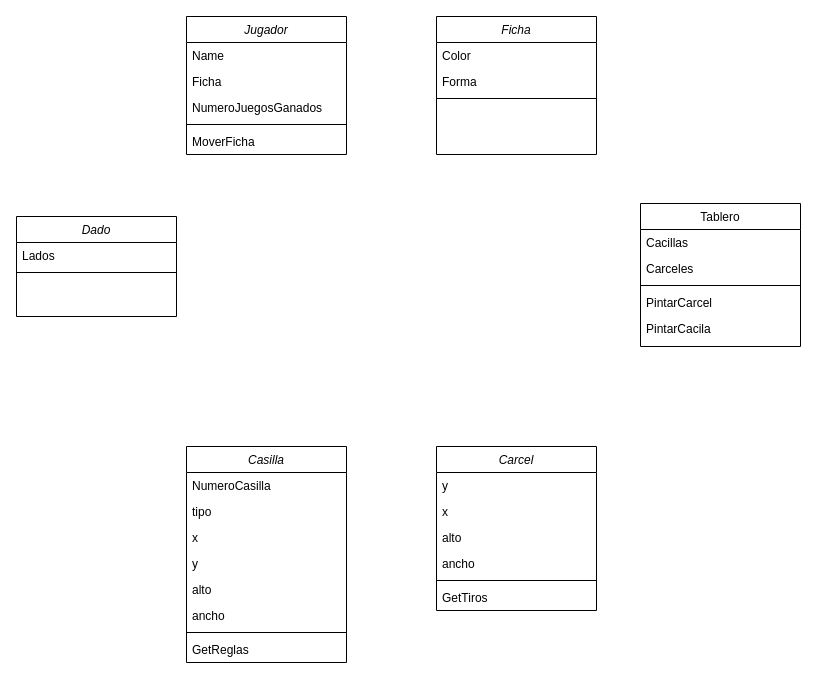
Earlier version of the draw.io diagram ParquesPOO.drawio (user5c/parques). Source tidied: cells renumbered, new cells numbered last; positions are measured from the earlier drawing's top-left corner, leaving out a move shared by most shapes. Both pictures are drawn from the tidied source at 100%, with x=0, y=0 at pixel (16, 16).
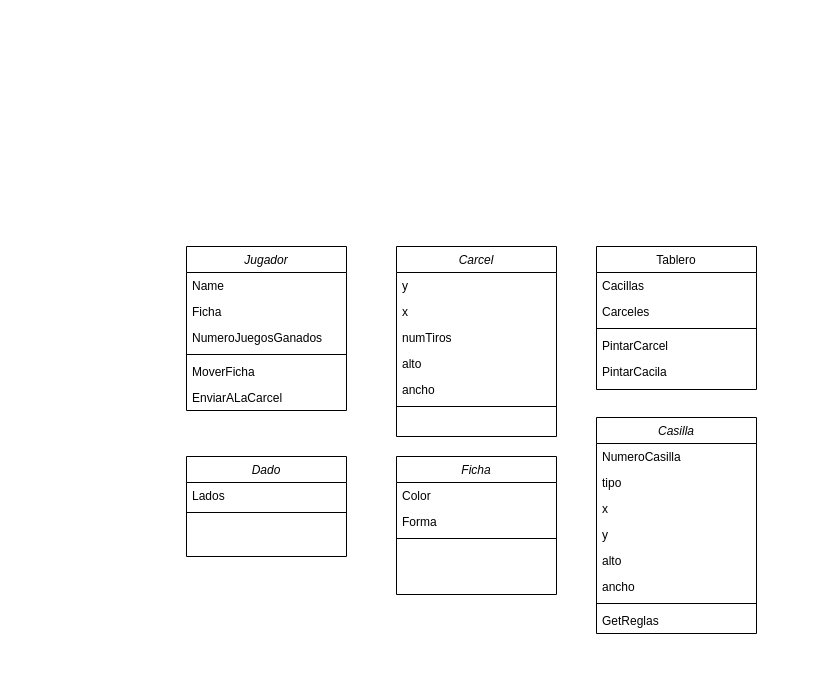
The same page after the edit.

The edit, as a diff of the source:
```diff
@@
     <mxCell id="2" value="Ficha" style="swimlane;fontStyle=2;align=center;verticalAlign=top;horizontal=1;startSize=26;rounded=0;shadow=0;strokeWidth=1;" parent="1" vertex="1">
-      <mxGeometry x="420" width="160" height="138" as="geometry" />
+      <mxGeometry x="380" y="440" width="160" height="138" as="geometry" />
     </mxCell>
@@
     <mxCell id="6" value="Tablero" style="swimlane;fontStyle=0;align=center;verticalAlign=top;horizontal=1;startSize=26;rounded=0;shadow=0;strokeWidth=1;" parent="1" vertex="1">
-      <mxGeometry x="624" y="187" width="160" height="143" as="geometry" />
+      <mxGeometry x="580" y="230" width="160" height="143" as="geometry" />
     </mxCell>
@@
     <mxCell id="12" value="Jugador" style="swimlane;fontStyle=2;align=center;verticalAlign=top;horizontal=1;startSize=26;rounded=0;shadow=0;strokeWidth=1;" parent="1" vertex="1">
-      <mxGeometry x="170" width="160" height="138" as="geometry" />
+      <mxGeometry x="170" y="230" width="160" height="164" as="geometry" />
     </mxCell>
@@
+    <mxCell id="37" value="MoverFicha" style="text;align=left;verticalAlign=top;spacingLeft=4;spacingRight=4;overflow=hidden;" parent="12" vertex="1">
+      <mxGeometry y="112" width="160" height="26" as="geometry" />
+    </mxCell>
-    <mxCell id="17" value="MoverFicha&#10;" style="text;align=left;verticalAlign=top;spacingLeft=4;spacingRight=4;overflow=hidden;" parent="12" vertex="1">
-      <mxGeometry y="112" width="160" height="26" as="geometry" />
+    <mxCell id="17" value="EnviarALaCarcel" style="text;align=left;verticalAlign=top;spacingLeft=4;spacingRight=4;overflow=hidden;" parent="12" vertex="1">
+      <mxGeometry y="138" width="160" height="26" as="geometry" />
     </mxCell>
     <mxCell id="18" value="Casilla" style="swimlane;fontStyle=2;align=center;verticalAlign=top;horizontal=1;startSize=26;rounded=0;shadow=0;strokeWidth=1;" parent="1" vertex="1">
-      <mxGeometry x="170" y="430" width="160" height="216" as="geometry" />
+      <mxGeometry x="580" y="401" width="160" height="216" as="geometry" />
     </mxCell>
@@
     <mxCell id="27" value="Carcel" style="swimlane;fontStyle=2;align=center;verticalAlign=top;horizontal=1;startSize=26;rounded=0;shadow=0;strokeWidth=1;" parent="1" vertex="1">
-      <mxGeometry x="420" y="430" width="160" height="164" as="geometry" />
+      <mxGeometry x="380" y="230" width="160" height="190" as="geometry" />
     </mxCell>
@@
+    <mxCell id="38" value="numTiros" style="text;align=left;verticalAlign=top;spacingLeft=4;spacingRight=4;overflow=hidden;" parent="27" vertex="1">
+      <mxGeometry y="78" width="160" height="26" as="geometry" />
+    </mxCell>
     <mxCell id="30" value="alto" style="text;align=left;verticalAlign=top;spacingLeft=4;spacingRight=4;overflow=hidden;" parent="27" vertex="1">
-      <mxGeometry y="78" width="160" height="26" as="geometry" />
+      <mxGeometry y="104" width="160" height="26" as="geometry" />
     </mxCell>
     <mxCell id="31" value="ancho" style="text;align=left;verticalAlign=top;spacingLeft=4;spacingRight=4;overflow=hidden;rounded=0;shadow=0;html=0;" parent="27" vertex="1">
-      <mxGeometry y="104" width="160" height="26" as="geometry" />
+      <mxGeometry y="130" width="160" height="26" as="geometry" />
     </mxCell>
     <mxCell id="32" style="line;html=1;strokeWidth=1;align=left;verticalAlign=middle;spacingTop=-1;spacingLeft=3;spacingRight=3;labelPosition=right;" parent="27" vertex="1">
-      <mxGeometry y="130" width="160" height="8" as="geometry" />
+      <mxGeometry y="156" width="160" height="8" as="geometry" />
     </mxCell>
-    <mxCell id="33" value="GetTiros" style="text;align=left;verticalAlign=top;spacingLeft=4;spacingRight=4;overflow=hidden;" parent="27" vertex="1">
-      <mxGeometry y="138" width="160" height="26" as="geometry" />
-    </mxCell>
     <mxCell id="34" value="Dado" style="swimlane;fontStyle=2;align=center;verticalAlign=top;horizontal=1;startSize=26;rounded=0;shadow=0;strokeWidth=1;" parent="1" vertex="1">
-      <mxGeometry y="200" width="160" height="100" as="geometry" />
+      <mxGeometry x="170" y="440" width="160" height="100" as="geometry" />
     </mxCell>
```
